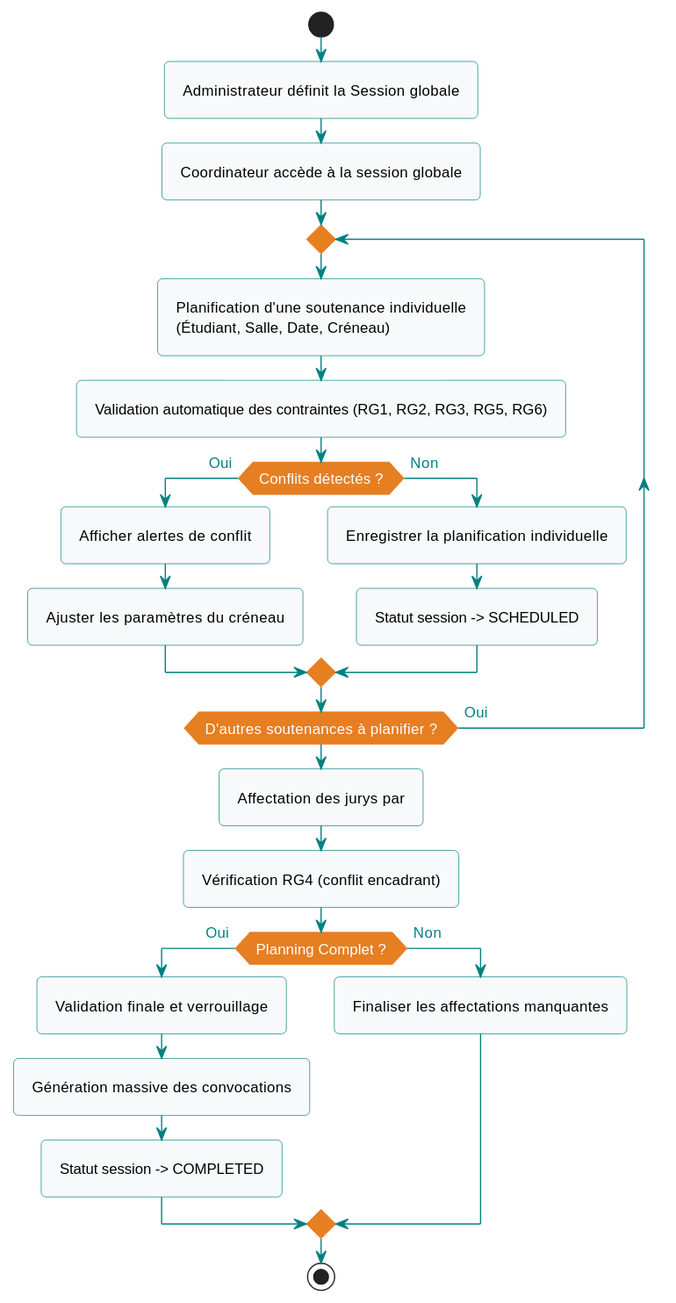
Above: diagrams/svg/act_planning.svg in abdelaziz-ebourki/system-gestion-soutenance-docs (PlantUML), before the change.
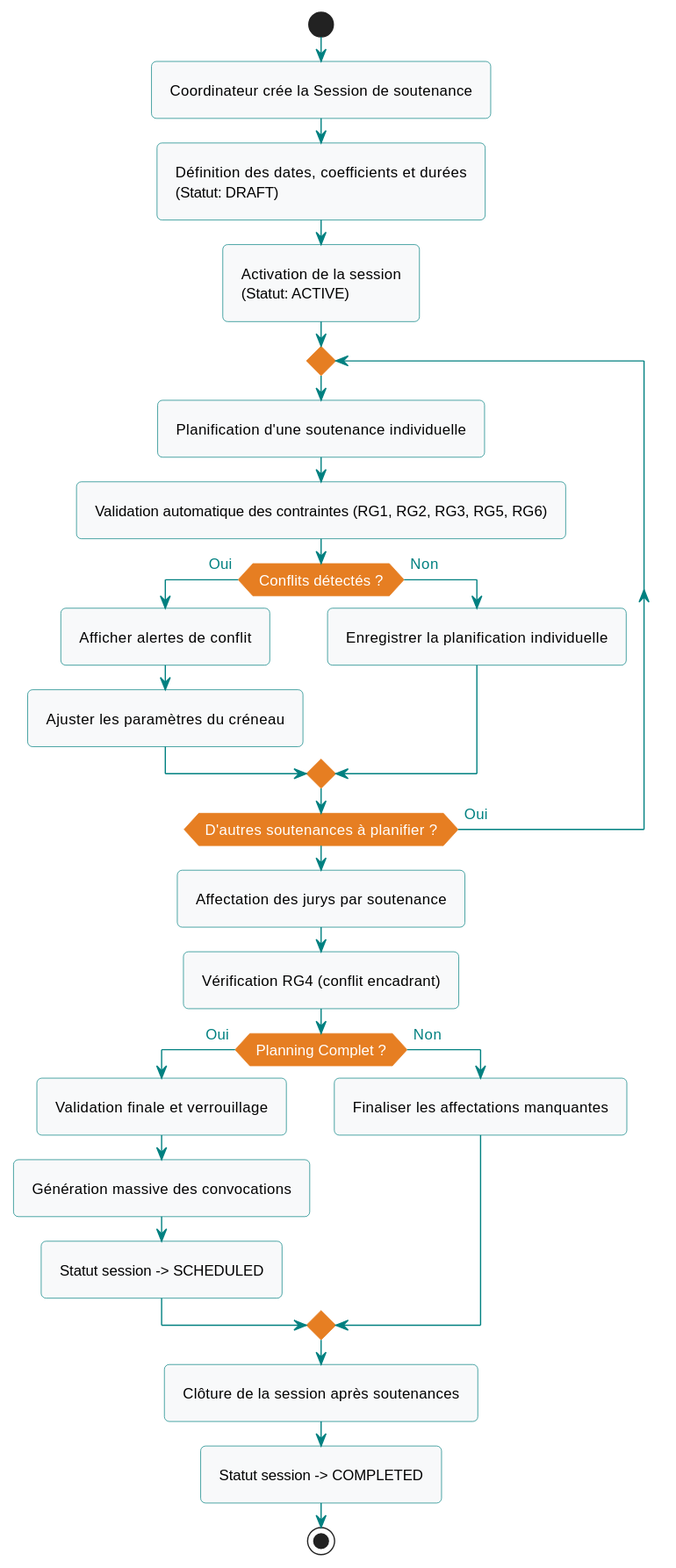
After the commit.

What changed in the source:
```diff
@@ -2,31 +2,34 @@
 !include puml-theme-pfe.puml
 
 start
-:Administrateur définit la Session globale;
-:Coordinateur accède à la session globale;
+:Coordinateur crée la Session de soutenance;
+:Définition des dates, coefficients et durées\n(Statut: DRAFT);
+:Activation de la session\n(Statut: ACTIVE);
 
 repeat
-    :Planification d'une soutenance individuelle\n(Étudiant, Salle, Date, Créneau);
+    :Planification d'une soutenance individuelle;
     :Validation automatique des contraintes (RG1, RG2, RG3, RG5, RG6);
     if (Conflits détectés ?) then (Oui)
         :Afficher alertes de conflit;
         :Ajuster les paramètres du créneau;
     else (Non)
         :Enregistrer la planification individuelle;
-        :Statut session -> SCHEDULED;
     endif
 repeat while (D'autres soutenances à planifier ?) is (Oui)
 
-:Affectation des jurys par;
+:Affectation des jurys par soutenance;
 :Vérification RG4 (conflit encadrant);
 
 if (Planning Complet ?) then (Oui)
     :Validation finale et verrouillage;
     :Génération massive des convocations;
-    :Statut session -> COMPLETED;
+    :Statut session -> SCHEDULED;
 else (Non)
     :Finaliser les affectations manquantes;
 endif
 
+:Clôture de la session après soutenances;
+:Statut session -> COMPLETED;
+
 stop
 @enduml
```
